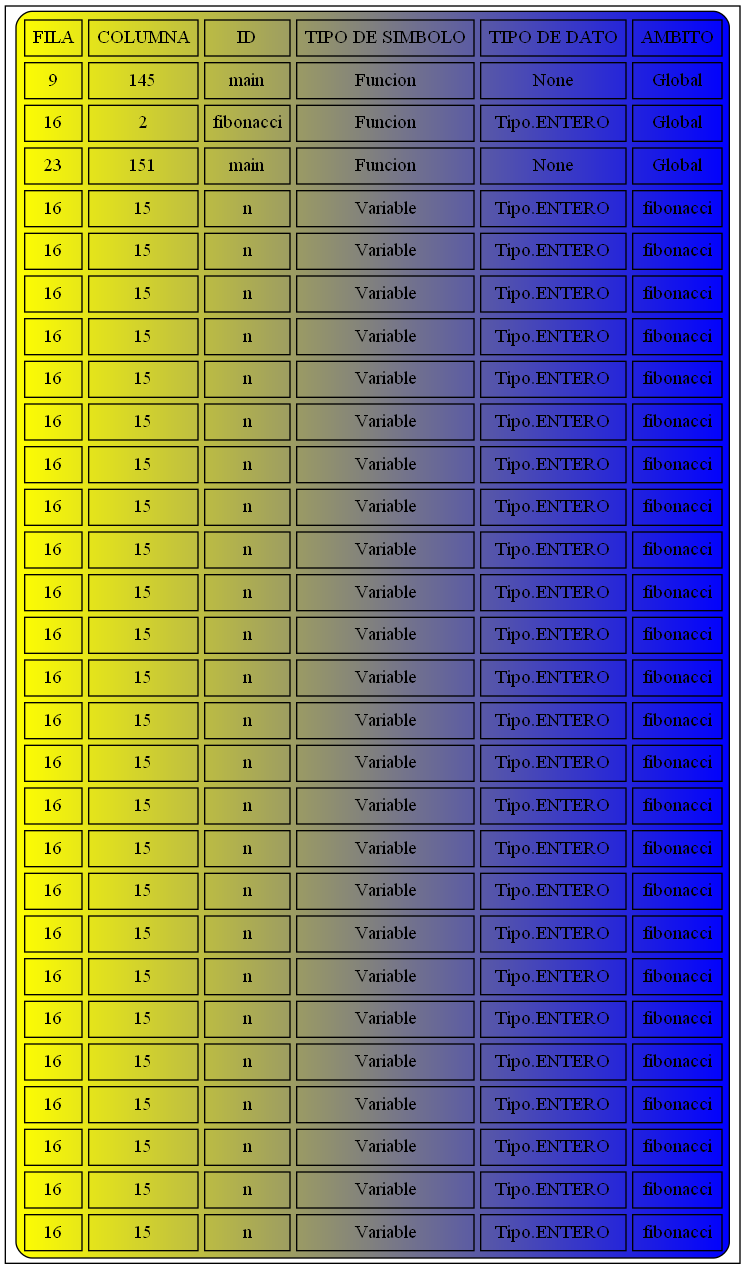
Above: Simbolos.png in JoseMore99/OLC2_P1_201701015 (Graphviz), before the change. Its source is kept beside it as Simbolos.dot.
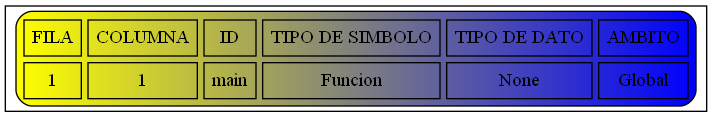
After the change.

Change to the diagram source:
```diff
@@ -2,33 +2,6 @@
 node [shape=record];
 a0 [label=<<TABLE border="1" cellspacing="5" cellpadding="5" style="rounded" bgcolor="yellow:blue">
 "<TR><TD>FILA</TD><TD>COLUMNA</TD><TD>ID</TD><TD>TIPO DE SIMBOLO</TD><TD>TIPO DE DATO</TD><TD>AMBITO</TD></TR>
-<TR><TD>9</TD><TD>145</TD><TD>main</TD><TD>Funcion</TD><TD>None</TD><TD>Global</TD></TR>
-<TR><TD>16</TD><TD>2</TD><TD>fibonacci</TD><TD>Funcion</TD><TD>Tipo.ENTERO</TD><TD>Global</TD></TR>
-<TR><TD>23</TD><TD>151</TD><TD>main</TD><TD>Funcion</TD><TD>None</TD><TD>Global</TD></TR>
-<TR><TD>16</TD><TD>15</TD><TD>n</TD><TD>Variable</TD><TD>Tipo.ENTERO</TD><TD>fibonacci</TD></TR>
-<TR><TD>16</TD><TD>15</TD><TD>n</TD><TD>Variable</TD><TD>Tipo.ENTERO</TD><TD>fibonacci</TD></TR>
-<TR><TD>16</TD><TD>15</TD><TD>n</TD><TD>Variable</TD><TD>Tipo.ENTERO</TD><TD>fibonacci</TD></TR>
-<TR><TD>16</TD><TD>15</TD><TD>n</TD><TD>Variable</TD><TD>Tipo.ENTERO</TD><TD>fibonacci</TD></TR>
-<TR><TD>16</TD><TD>15</TD><TD>n</TD><TD>Variable</TD><TD>Tipo.ENTERO</TD><TD>fibonacci</TD></TR>
-<TR><TD>16</TD><TD>15</TD><TD>n</TD><TD>Variable</TD><TD>Tipo.ENTERO</TD><TD>fibonacci</TD></TR>
-<TR><TD>16</TD><TD>15</TD><TD>n</TD><TD>Variable</TD><TD>Tipo.ENTERO</TD><TD>fibonacci</TD></TR>
-<TR><TD>16</TD><TD>15</TD><TD>n</TD><TD>Variable</TD><TD>Tipo.ENTERO</TD><TD>fibonacci</TD></TR>
-<TR><TD>16</TD><TD>15</TD><TD>n</TD><TD>Variable</TD><TD>Tipo.ENTERO</TD><TD>fibonacci</TD></TR>
-<TR><TD>16</TD><TD>15</TD><TD>n</TD><TD>Variable</TD><TD>Tipo.ENTERO</TD><TD>fibonacci</TD></TR>
-<TR><TD>16</TD><TD>15</TD><TD>n</TD><TD>Variable</TD><TD>Tipo.ENTERO</TD><TD>fibonacci</TD></TR>
-<TR><TD>16</TD><TD>15</TD><TD>n</TD><TD>Variable</TD><TD>Tipo.ENTERO</TD><TD>fibonacci</TD></TR>
-<TR><TD>16</TD><TD>15</TD><TD>n</TD><TD>Variable</TD><TD>Tipo.ENTERO</TD><TD>fibonacci</TD></TR>
-<TR><TD>16</TD><TD>15</TD><TD>n</TD><TD>Variable</TD><TD>Tipo.ENTERO</TD><TD>fibonacci</TD></TR>
-<TR><TD>16</TD><TD>15</TD><TD>n</TD><TD>Variable</TD><TD>Tipo.ENTERO</TD><TD>fibonacci</TD></TR>
-<TR><TD>16</TD><TD>15</TD><TD>n</TD><TD>Variable</TD><TD>Tipo.ENTERO</TD><TD>fibonacci</TD></TR>
-<TR><TD>16</TD><TD>15</TD><TD>n</TD><TD>Variable</TD><TD>Tipo.ENTERO</TD><TD>fibonacci</TD></TR>
-<TR><TD>16</TD><TD>15</TD><TD>n</TD><TD>Variable</TD><TD>Tipo.ENTERO</TD><TD>fibonacci</TD></TR>
-<TR><TD>16</TD><TD>15</TD><TD>n</TD><TD>Variable</TD><TD>Tipo.ENTERO</TD><TD>fibonacci</TD></TR>
-<TR><TD>16</TD><TD>15</TD><TD>n</TD><TD>Variable</TD><TD>Tipo.ENTERO</TD><TD>fibonacci</TD></TR>
-<TR><TD>16</TD><TD>15</TD><TD>n</TD><TD>Variable</TD><TD>Tipo.ENTERO</TD><TD>fibonacci</TD></TR>
-<TR><TD>16</TD><TD>15</TD><TD>n</TD><TD>Variable</TD><TD>Tipo.ENTERO</TD><TD>fibonacci</TD></TR>
-<TR><TD>16</TD><TD>15</TD><TD>n</TD><TD>Variable</TD><TD>Tipo.ENTERO</TD><TD>fibonacci</TD></TR>
-<TR><TD>16</TD><TD>15</TD><TD>n</TD><TD>Variable</TD><TD>Tipo.ENTERO</TD><TD>fibonacci</TD></TR>
-<TR><TD>16</TD><TD>15</TD><TD>n</TD><TD>Variable</TD><TD>Tipo.ENTERO</TD><TD>fibonacci</TD></TR>
+<TR><TD>1</TD><TD>1</TD><TD>main</TD><TD>Funcion</TD><TD>None</TD><TD>Global</TD></TR>
 </TABLE>>];
 }
```
